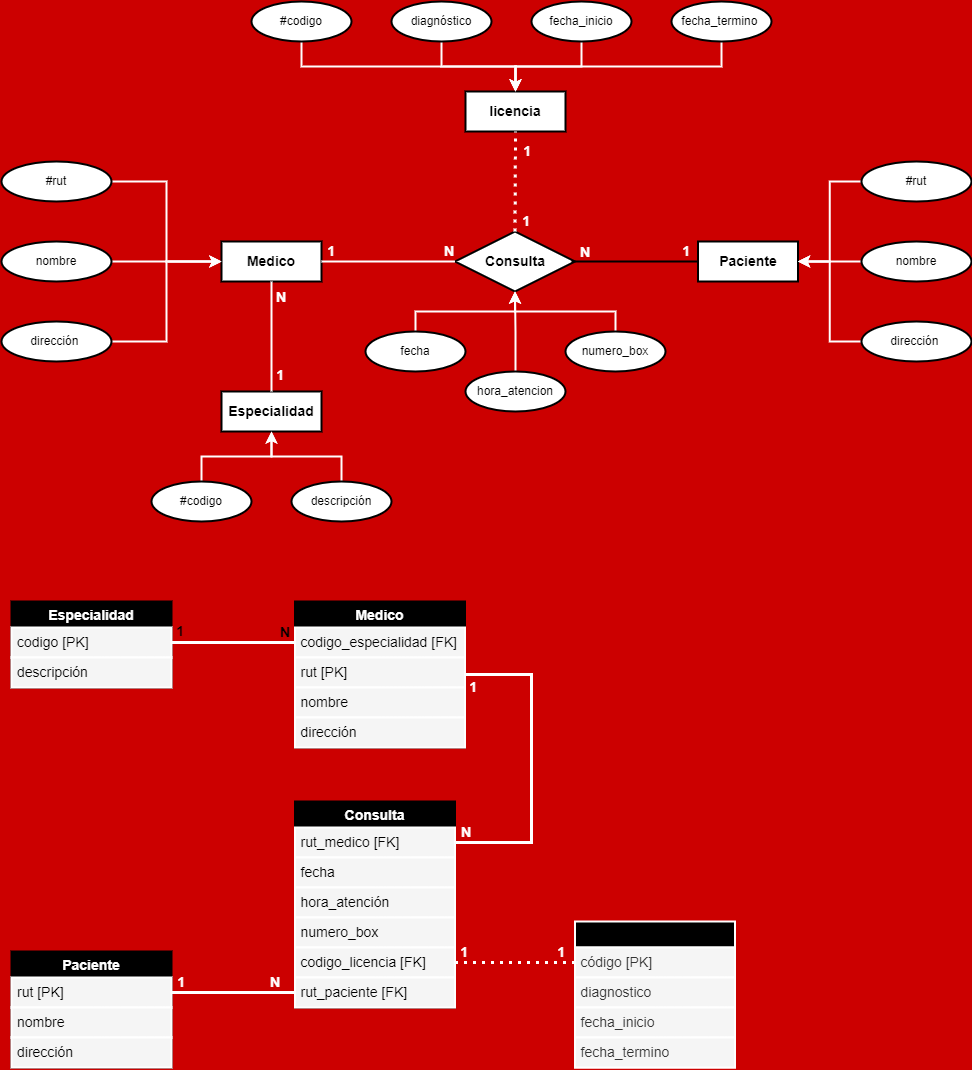
Before: JorgeQuijada/FUNDAMENTOS DE BASES DE DATOS RELACIONALES/Dia 12 desafio evaluado/Dia12.drawio.png, a diagram exported from draw.io (G7-Full-Stack-Java-Trainee-0057/M3-Bases_de_Datos). Source tidied: cells renumbered, new cells last; positions are measured from the earlier drawing's top-left corner, leaving out a move shared by most shapes.
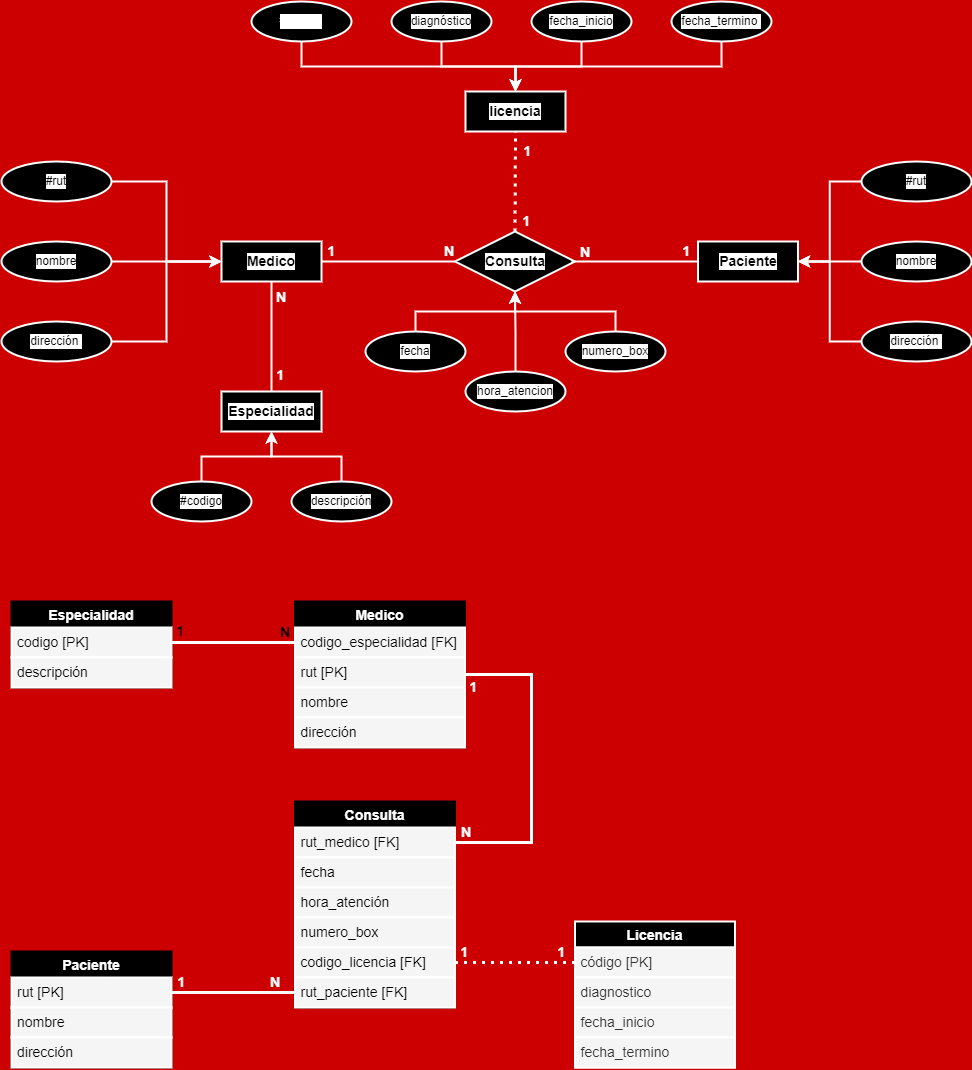
The same file after the commit.

Commit message:
arreglando la tabla

What changed in the source:
```diff
@@ -2,34 +2,34 @@
   <root>
     <mxCell id="0" />
     <mxCell id="1" parent="0" />
-    <mxCell id="2" value="Medico" style="whiteSpace=wrap;html=1;align=center;strokeWidth=2;fontSize=14;fontStyle=1;labelBackgroundColor=default;rounded=0;" parent="1" vertex="1">
+    <mxCell id="2" value="Medico" style="whiteSpace=wrap;html=1;align=center;strokeWidth=2;fontSize=14;fontStyle=1;labelBackgroundColor=default;rounded=0;strokeColor=#FFFFFF;fillColor=#000000;" parent="1" vertex="1">
       <mxGeometry x="220" y="240" width="100" height="40" as="geometry" />
     </mxCell>
-    <mxCell id="3" value="Consulta" style="shape=rhombus;perimeter=rhombusPerimeter;whiteSpace=wrap;html=1;align=center;strokeWidth=2;fontSize=14;fontStyle=1;labelBackgroundColor=default;rounded=0;" parent="1" vertex="1">
+    <mxCell id="3" value="Consulta" style="shape=rhombus;perimeter=rhombusPerimeter;whiteSpace=wrap;html=1;align=center;strokeWidth=2;fontSize=14;fontStyle=1;labelBackgroundColor=default;rounded=0;strokeColor=#FFFFFF;fillColor=#000000;" parent="1" vertex="1">
       <mxGeometry x="453.5" y="230" width="120" height="60" as="geometry" />
     </mxCell>
-    <mxCell id="4" value="Paciente" style="whiteSpace=wrap;html=1;align=center;strokeWidth=2;fontSize=14;fontStyle=1;labelBackgroundColor=default;rounded=0;" parent="1" vertex="1">
+    <mxCell id="4" value="Paciente" style="whiteSpace=wrap;html=1;align=center;strokeWidth=2;fontSize=14;fontStyle=1;labelBackgroundColor=default;rounded=0;strokeColor=#FFFFFF;fillColor=#000000;" parent="1" vertex="1">
       <mxGeometry x="696.5" y="240" width="100" height="40" as="geometry" />
     </mxCell>
-    <mxCell id="5" value="Especialidad" style="whiteSpace=wrap;html=1;align=center;strokeWidth=2;fontStyle=1;fontSize=14;labelBackgroundColor=default;rounded=0;" parent="1" vertex="1">
+    <mxCell id="5" value="Especialidad" style="whiteSpace=wrap;html=1;align=center;strokeWidth=2;fontStyle=1;fontSize=14;labelBackgroundColor=default;rounded=0;strokeColor=#FFFFFF;fillColor=#000000;" parent="1" vertex="1">
       <mxGeometry x="220" y="390" width="100" height="40" as="geometry" />
     </mxCell>
     <mxCell id="6" style="edgeStyle=orthogonalEdgeStyle;rounded=0;jettySize=auto;html=1;exitX=0.5;exitY=0;exitDx=0;exitDy=0;entryX=0.5;entryY=1;entryDx=0;entryDy=0;strokeWidth=2;labelBackgroundColor=default;strokeColor=#FFFFFF;" parent="1" edge="1" source="7" target="5">
       <mxGeometry relative="1" as="geometry" />
     </mxCell>
-    <mxCell id="7" value="#codigo" style="ellipse;whiteSpace=wrap;html=1;align=center;strokeWidth=2;labelBackgroundColor=default;rounded=0;" parent="1" vertex="1">
+    <mxCell id="7" value="#codigo" style="ellipse;whiteSpace=wrap;html=1;align=center;strokeWidth=2;labelBackgroundColor=default;rounded=0;strokeColor=#FFFFFF;fillColor=#000000;" parent="1" vertex="1">
       <mxGeometry x="150" y="480" width="100" height="40" as="geometry" />
     </mxCell>
     <mxCell id="8" style="edgeStyle=orthogonalEdgeStyle;rounded=0;jettySize=auto;html=1;exitX=0.5;exitY=0;exitDx=0;exitDy=0;entryX=0.5;entryY=1;entryDx=0;entryDy=0;strokeWidth=2;labelBackgroundColor=default;strokeColor=#FFFFFF;" parent="1" edge="1" source="9" target="5">
       <mxGeometry relative="1" as="geometry" />
     </mxCell>
-    <mxCell id="9" value="descripción" style="ellipse;whiteSpace=wrap;html=1;align=center;strokeWidth=2;labelBackgroundColor=default;rounded=0;" parent="1" vertex="1">
+    <mxCell id="9" value="descripción" style="ellipse;whiteSpace=wrap;html=1;align=center;strokeWidth=2;labelBackgroundColor=default;rounded=0;strokeColor=#FFFFFF;fillColor=#000000;" parent="1" vertex="1">
       <mxGeometry x="290" y="480" width="100" height="40" as="geometry" />
     </mxCell>
     <mxCell id="10" style="endArrow=none;html=1;rounded=0;entryX=0.5;entryY=0;entryDx=0;entryDy=0;exitX=0.5;exitY=1;exitDx=0;exitDy=0;strokeWidth=2;labelBackgroundColor=default;strokeColor=#FFFFFF;" parent="1" edge="1" source="2" target="5">
       <mxGeometry relative="1" as="geometry" />
     </mxCell>
-    <mxCell id="11" style="endArrow=none;html=1;rounded=0;exitX=1;exitY=0.5;exitDx=0;exitDy=0;entryX=0;entryY=0.5;entryDx=0;entryDy=0;strokeWidth=2;labelBackgroundColor=default;" parent="1" edge="1" target="4">
+    <mxCell id="11" style="endArrow=none;html=1;rounded=0;exitX=1;exitY=0.5;exitDx=0;exitDy=0;entryX=0;entryY=0.5;entryDx=0;entryDy=0;strokeWidth=2;labelBackgroundColor=default;strokeColor=#FFFFFF;" parent="1" edge="1" target="4">
       <mxGeometry relative="1" as="geometry">
         <mxPoint x="570" y="260" as="sourcePoint" />
       </mxGeometry>
@@ -37,19 +37,19 @@
     <mxCell id="12" style="edgeStyle=orthogonalEdgeStyle;rounded=0;jettySize=auto;html=1;exitX=1;exitY=0.5;exitDx=0;exitDy=0;entryX=0;entryY=0.5;entryDx=0;entryDy=0;strokeWidth=2;labelBackgroundColor=default;strokeColor=#FFFFFF;" parent="1" edge="1" source="13" target="2">
       <mxGeometry relative="1" as="geometry" />
     </mxCell>
-    <mxCell id="13" value="#rut" style="ellipse;whiteSpace=wrap;html=1;align=center;strokeWidth=2;labelBackgroundColor=default;rounded=0;" parent="1" vertex="1">
+    <mxCell id="13" value="#rut" style="ellipse;whiteSpace=wrap;html=1;align=center;strokeWidth=2;labelBackgroundColor=default;rounded=0;strokeColor=#FFFFFF;fillColor=#000000;" parent="1" vertex="1">
       <mxGeometry y="160" width="110" height="40" as="geometry" />
     </mxCell>
     <mxCell id="14" style="edgeStyle=orthogonalEdgeStyle;rounded=0;jettySize=auto;html=1;exitX=1;exitY=0.5;exitDx=0;exitDy=0;entryX=0;entryY=0.5;entryDx=0;entryDy=0;strokeWidth=2;labelBackgroundColor=default;strokeColor=#FFFFFF;" parent="1" edge="1" source="15" target="2">
       <mxGeometry relative="1" as="geometry" />
     </mxCell>
-    <mxCell id="15" value="nombre" style="ellipse;whiteSpace=wrap;html=1;align=center;strokeWidth=2;labelBackgroundColor=default;rounded=0;" parent="1" vertex="1">
+    <mxCell id="15" value="nombre" style="ellipse;whiteSpace=wrap;html=1;align=center;strokeWidth=2;labelBackgroundColor=default;rounded=0;strokeColor=#FFFFFF;fillColor=#000000;" parent="1" vertex="1">
       <mxGeometry y="240" width="110" height="40" as="geometry" />
     </mxCell>
     <mxCell id="16" style="edgeStyle=orthogonalEdgeStyle;rounded=0;jettySize=auto;html=1;exitX=1;exitY=0.5;exitDx=0;exitDy=0;entryX=0;entryY=0.5;entryDx=0;entryDy=0;strokeWidth=2;labelBackgroundColor=default;strokeColor=#FFFFFF;" parent="1" edge="1" source="17" target="2">
       <mxGeometry relative="1" as="geometry" />
     </mxCell>
-    <mxCell id="17" value="dirección&amp;nbsp;" style="ellipse;whiteSpace=wrap;html=1;align=center;strokeWidth=2;labelBackgroundColor=default;rounded=0;" parent="1" vertex="1">
+    <mxCell id="17" value="dirección&amp;nbsp;" style="ellipse;whiteSpace=wrap;html=1;align=center;strokeWidth=2;labelBackgroundColor=default;rounded=0;strokeColor=#FFFFFF;fillColor=#000000;" parent="1" vertex="1">
       <mxGeometry y="320" width="110" height="40" as="geometry" />
     </mxCell>
     <mxCell id="18" style="edgeStyle=orthogonalEdgeStyle;rounded=0;jettySize=auto;html=1;exitX=0.5;exitY=0;exitDx=0;exitDy=0;entryX=0.5;entryY=1;entryDx=0;entryDy=0;strokeWidth=2;labelBackgroundColor=default;strokeColor=#FFFFFF;" parent="1" edge="1" source="19" target="3">
@@ -60,13 +60,13 @@
         </Array>
       </mxGeometry>
     </mxCell>
-    <mxCell id="19" value="fecha" style="ellipse;whiteSpace=wrap;html=1;align=center;strokeWidth=2;labelBackgroundColor=default;rounded=0;" parent="1" vertex="1">
+    <mxCell id="19" value="fecha" style="ellipse;whiteSpace=wrap;html=1;align=center;strokeWidth=2;labelBackgroundColor=default;rounded=0;strokeColor=#FFFFFF;fillColor=#000000;" parent="1" vertex="1">
       <mxGeometry x="364" y="330" width="100" height="40" as="geometry" />
     </mxCell>
     <mxCell id="20" style="edgeStyle=orthogonalEdgeStyle;rounded=0;jettySize=auto;html=1;exitX=0.5;exitY=0;exitDx=0;exitDy=0;entryX=0.5;entryY=1;entryDx=0;entryDy=0;strokeWidth=2;labelBackgroundColor=default;strokeColor=#FFFFFF;" parent="1" edge="1" source="21" target="3">
       <mxGeometry relative="1" as="geometry" />
     </mxCell>
-    <mxCell id="21" value="hora_atencion" style="ellipse;whiteSpace=wrap;html=1;align=center;strokeWidth=2;labelBackgroundColor=default;rounded=0;" parent="1" vertex="1">
+    <mxCell id="21" value="hora_atencion" style="ellipse;whiteSpace=wrap;html=1;align=center;strokeWidth=2;labelBackgroundColor=default;rounded=0;strokeColor=#FFFFFF;fillColor=#000000;" parent="1" vertex="1">
       <mxGeometry x="464" y="370" width="100" height="40" as="geometry" />
     </mxCell>
     <mxCell id="22" style="edgeStyle=orthogonalEdgeStyle;rounded=0;jettySize=auto;html=1;exitX=0.5;exitY=0;exitDx=0;exitDy=0;entryX=0.5;entryY=1;entryDx=0;entryDy=0;strokeWidth=2;labelBackgroundColor=default;strokeColor=#FFFFFF;" parent="1" edge="1" target="3">
@@ -78,52 +78,52 @@
         </Array>
       </mxGeometry>
     </mxCell>
-    <mxCell id="23" value="numero_box" style="ellipse;whiteSpace=wrap;html=1;align=center;strokeWidth=2;labelBackgroundColor=default;rounded=0;" parent="1" vertex="1">
+    <mxCell id="23" value="numero_box" style="ellipse;whiteSpace=wrap;html=1;align=center;strokeWidth=2;labelBackgroundColor=default;rounded=0;strokeColor=#FFFFFF;fillColor=#000000;" parent="1" vertex="1">
       <mxGeometry x="564" y="330" width="100" height="40" as="geometry" />
     </mxCell>
     <mxCell id="24" style="edgeStyle=orthogonalEdgeStyle;rounded=0;jettySize=auto;html=1;exitX=0;exitY=0.5;exitDx=0;exitDy=0;entryX=1;entryY=0.5;entryDx=0;entryDy=0;strokeWidth=2;labelBackgroundColor=default;strokeColor=#FFFFFF;" parent="1" edge="1" source="25" target="4">
       <mxGeometry relative="1" as="geometry" />
     </mxCell>
-    <mxCell id="25" value="nombre" style="ellipse;whiteSpace=wrap;html=1;align=center;strokeWidth=2;labelBackgroundColor=default;rounded=0;" parent="1" vertex="1">
+    <mxCell id="25" value="nombre" style="ellipse;whiteSpace=wrap;html=1;align=center;strokeWidth=2;labelBackgroundColor=default;rounded=0;fillColor=#000000;strokeColor=#FFFFFF;" parent="1" vertex="1">
       <mxGeometry x="860" y="240" width="110" height="40" as="geometry" />
     </mxCell>
     <mxCell id="26" style="edgeStyle=orthogonalEdgeStyle;rounded=0;jettySize=auto;html=1;exitX=0;exitY=0.5;exitDx=0;exitDy=0;entryX=1;entryY=0.5;entryDx=0;entryDy=0;strokeWidth=2;labelBackgroundColor=default;strokeColor=#FFFFFF;" parent="1" edge="1" source="27" target="4">
       <mxGeometry relative="1" as="geometry" />
     </mxCell>
-    <mxCell id="27" value="dirección&amp;nbsp;" style="ellipse;whiteSpace=wrap;html=1;align=center;strokeWidth=2;labelBackgroundColor=default;rounded=0;" parent="1" vertex="1">
+    <mxCell id="27" value="dirección&amp;nbsp;" style="ellipse;whiteSpace=wrap;html=1;align=center;strokeWidth=2;labelBackgroundColor=default;rounded=0;fillColor=#000000;strokeColor=#FFFFFF;" parent="1" vertex="1">
       <mxGeometry x="860" y="320" width="110" height="40" as="geometry" />
     </mxCell>
     <mxCell id="28" style="edgeStyle=orthogonalEdgeStyle;rounded=0;jettySize=auto;html=1;exitX=0;exitY=0.5;exitDx=0;exitDy=0;entryX=1;entryY=0.5;entryDx=0;entryDy=0;strokeWidth=2;labelBackgroundColor=default;strokeColor=#FFFFFF;" parent="1" edge="1" source="29" target="4">
       <mxGeometry relative="1" as="geometry" />
     </mxCell>
-    <mxCell id="29" value="#rut" style="ellipse;whiteSpace=wrap;html=1;align=center;strokeWidth=2;labelBackgroundColor=default;rounded=0;" parent="1" vertex="1">
+    <mxCell id="29" value="#rut" style="ellipse;whiteSpace=wrap;html=1;align=center;strokeWidth=2;labelBackgroundColor=default;rounded=0;fillColor=#000000;strokeColor=#FFFFFF;" parent="1" vertex="1">
       <mxGeometry x="860" y="160" width="110" height="40" as="geometry" />
     </mxCell>
-    <mxCell id="30" value="licencia" style="whiteSpace=wrap;html=1;align=center;strokeWidth=2;fontStyle=1;fontSize=14;labelBackgroundColor=default;rounded=0;" parent="1" vertex="1">
+    <mxCell id="30" value="licencia" style="whiteSpace=wrap;html=1;align=center;strokeWidth=2;fontStyle=1;fontSize=14;labelBackgroundColor=default;rounded=0;strokeColor=#FFFFFF;fillColor=#000000;" parent="1" vertex="1">
       <mxGeometry x="464" y="90" width="100" height="40" as="geometry" />
     </mxCell>
     <mxCell id="31" style="edgeStyle=orthogonalEdgeStyle;rounded=0;jettySize=auto;html=1;exitX=0.5;exitY=1;exitDx=0;exitDy=0;entryX=0.5;entryY=0;entryDx=0;entryDy=0;strokeWidth=2;labelBackgroundColor=default;strokeColor=#FFFFFF;" parent="1" edge="1" source="32" target="30">
       <mxGeometry relative="1" as="geometry" />
     </mxCell>
-    <mxCell id="32" value="diagnóstico" style="ellipse;whiteSpace=wrap;html=1;align=center;strokeWidth=2;labelBackgroundColor=default;rounded=0;" parent="1" vertex="1">
+    <mxCell id="32" value="diagnóstico" style="ellipse;whiteSpace=wrap;html=1;align=center;strokeWidth=2;labelBackgroundColor=default;rounded=0;strokeColor=#FFFFFF;fillColor=#000000;" parent="1" vertex="1">
       <mxGeometry x="390" width="100" height="40" as="geometry" />
     </mxCell>
     <mxCell id="33" style="edgeStyle=orthogonalEdgeStyle;rounded=0;jettySize=auto;html=1;exitX=0.5;exitY=1;exitDx=0;exitDy=0;entryX=0.5;entryY=0;entryDx=0;entryDy=0;strokeWidth=2;labelBackgroundColor=default;strokeColor=#FFFFFF;" parent="1" edge="1" source="34" target="30">
       <mxGeometry relative="1" as="geometry" />
     </mxCell>
-    <mxCell id="34" value="#codigo" style="ellipse;whiteSpace=wrap;html=1;align=center;strokeWidth=2;labelBackgroundColor=default;rounded=0;" parent="1" vertex="1">
+    <mxCell id="34" value="#codigo" style="ellipse;whiteSpace=wrap;html=1;align=center;strokeWidth=2;labelBackgroundColor=default;rounded=0;fontColor=#FFFFFF;strokeColor=#FFFFFF;fillColor=#000000;" parent="1" vertex="1">
       <mxGeometry x="250" width="100" height="40" as="geometry" />
     </mxCell>
     <mxCell id="35" style="edgeStyle=orthogonalEdgeStyle;rounded=0;jettySize=auto;html=1;exitX=0.5;exitY=1;exitDx=0;exitDy=0;entryX=0.5;entryY=0;entryDx=0;entryDy=0;strokeWidth=2;labelBackgroundColor=default;strokeColor=#FFFFFF;" parent="1" edge="1" source="36" target="30">
       <mxGeometry relative="1" as="geometry" />
     </mxCell>
-    <mxCell id="36" value="fecha_inicio" style="ellipse;whiteSpace=wrap;html=1;align=center;strokeWidth=2;labelBackgroundColor=default;rounded=0;" parent="1" vertex="1">
+    <mxCell id="36" value="fecha_inicio" style="ellipse;whiteSpace=wrap;html=1;align=center;strokeWidth=2;labelBackgroundColor=default;rounded=0;strokeColor=#FFFFFF;fillColor=#000000;" parent="1" vertex="1">
       <mxGeometry x="530" width="100" height="40" as="geometry" />
     </mxCell>
     <mxCell id="37" style="edgeStyle=orthogonalEdgeStyle;rounded=0;jettySize=auto;html=1;exitX=0.5;exitY=1;exitDx=0;exitDy=0;entryX=0.5;entryY=0;entryDx=0;entryDy=0;strokeWidth=2;labelBackgroundColor=default;strokeColor=#FFFFFF;" parent="1" edge="1" source="38" target="30">
       <mxGeometry relative="1" as="geometry" />
     </mxCell>
-    <mxCell id="38" value="fecha_termino&amp;nbsp;" style="ellipse;whiteSpace=wrap;html=1;align=center;strokeWidth=2;labelBackgroundColor=default;rounded=0;" parent="1" vertex="1">
+    <mxCell id="38" value="fecha_termino&amp;nbsp;" style="ellipse;whiteSpace=wrap;html=1;align=center;strokeWidth=2;labelBackgroundColor=default;rounded=0;strokeColor=#FFFFFF;fillColor=#000000;" parent="1" vertex="1">
       <mxGeometry x="670" width="100" height="40" as="geometry" />
     </mxCell>
     <mxCell id="39" value="1" style="html=1;align=right;verticalAlign=bottom;fontSize=14;fontStyle=1;labelBackgroundColor=none;rounded=0;fontColor=#FFFFFF;" parent="1" vertex="1">
@@ -184,7 +184,7 @@
     <mxCell id="56" value="dirección " style="text;strokeColor=#FFFFFF;fillColor=#f5f5f5;spacingLeft=4;spacingRight=4;overflow=hidden;fontSize=14;fontColor=#000000;strokeWidth=2;rounded=0;" parent="52" vertex="1">
       <mxGeometry y="116" width="170" height="30" as="geometry" />
     </mxCell>
-    <mxCell id="57" value="Licencia" style="swimlane;fontStyle=1;horizontal=1;startSize=26;align=center;fontSize=14;strokeWidth=2;rounded=0;strokeColor=#FFFFFF;fillColor=#000000;" parent="1" vertex="1">
+    <mxCell id="57" value="Licencia" style="swimlane;fontStyle=1;horizontal=1;startSize=26;align=center;fontSize=14;strokeWidth=2;rounded=0;strokeColor=#FFFFFF;fillColor=#000000;fontColor=#FFFFFF;" parent="1" vertex="1">
       <mxGeometry x="573.5" y="920" width="160" height="146" as="geometry" />
     </mxCell>
     <mxCell id="58" value="código [PK]" style="text;spacingLeft=4;spacingRight=4;overflow=hidden;points=[[0,0.5],[1,0.5]];portConstraint=eastwest;fontSize=14;fillColor=#f5f5f5;fontColor=#333333;strokeColor=#FFFFFF;strokeWidth=2;rounded=0;" parent="57" vertex="1">
```
